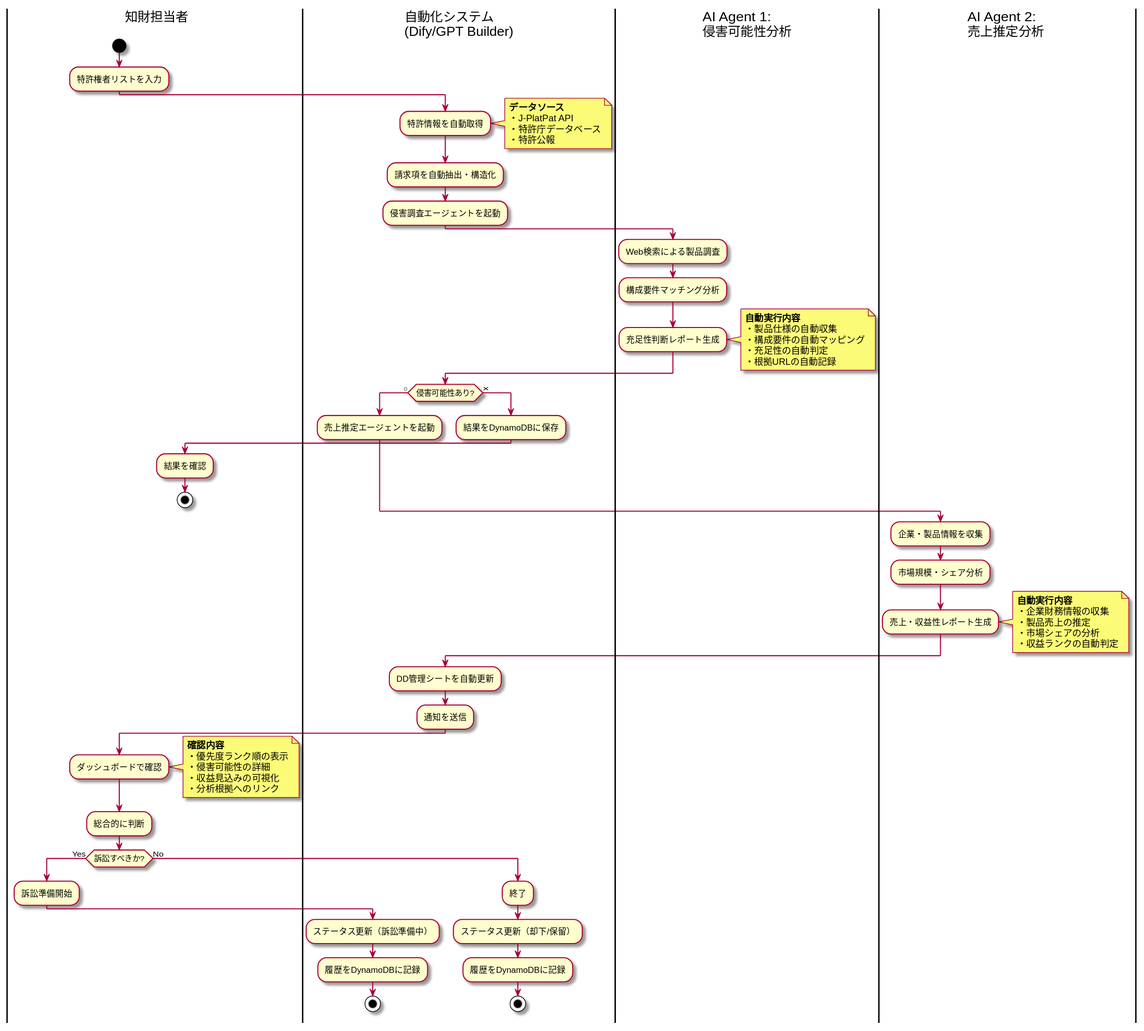
The PlantUML diagram docs-site/docs/diagrams/automated-workflow.svg in ryoryoai/ip-rich-poc-phase2, before a commit. Source of this version:
```plantuml
@startuml
skinparam backgroundColor #FFFFFF
skinparam swimlaneWidth 320

|知財担当者|
start
:特許権者リストを入力;

|自動化システム\n(Dify/GPT Builder)|
:特許情報を自動取得;
note right
  **データソース**
  ・J-PlatPat API
  ・特許庁データベース
  ・特許公報
end note

:請求項を自動抽出・構造化;
:侵害調査エージェントを起動;

|AI Agent 1:\n侵害可能性分析|
:Web検索による製品調査;
:構成要件マッチング分析;
:充足性判断レポート生成;
note right
  **自動実行内容**
  ・製品仕様の自動収集
  ・構成要件の自動マッピング
  ・充足性の自動判定
  ・根拠URLの自動記録
end note

|自動化システム\n(Dify/GPT Builder)|
if (侵害可能性あり?) then (○)
  :売上推定エージェントを起動;
else (×)
  :結果をDynamoDBに保存;
  |知財担当者|
  :結果を確認;
  stop
endif

|AI Agent 2:\n売上推定分析|
:企業・製品情報を収集;
:市場規模・シェア分析;
:売上・収益性レポート生成;
note right
  **自動実行内容**
  ・企業財務情報の収集
  ・製品売上の推定
  ・市場シェアの分析
  ・収益ランクの自動判定
end note

|自動化システム\n(Dify/GPT Builder)|
:DD管理シートを自動更新;
:通知を送信;

|知財担当者|
:ダッシュボードで確認;
note right
  **確認内容**
  ・優先度ランク順の表示
  ・侵害可能性の詳細
  ・収益見込みの可視化
  ・分析根拠へのリンク
end note

:総合的に判断;

if (訴訟すべきか?) then (Yes)
  :訴訟準備開始;
  |自動化システム\n(Dify/GPT Builder)|
  :ステータス更新（訴訟準備中）;
  :履歴をDynamoDBに記録;
  stop
else (No)
  :終了;
  |自動化システム\n(Dify/GPT Builder)|
  :ステータス更新（却下/保留）;
  :履歴をDynamoDBに記録;
  stop
endif

@enduml
```
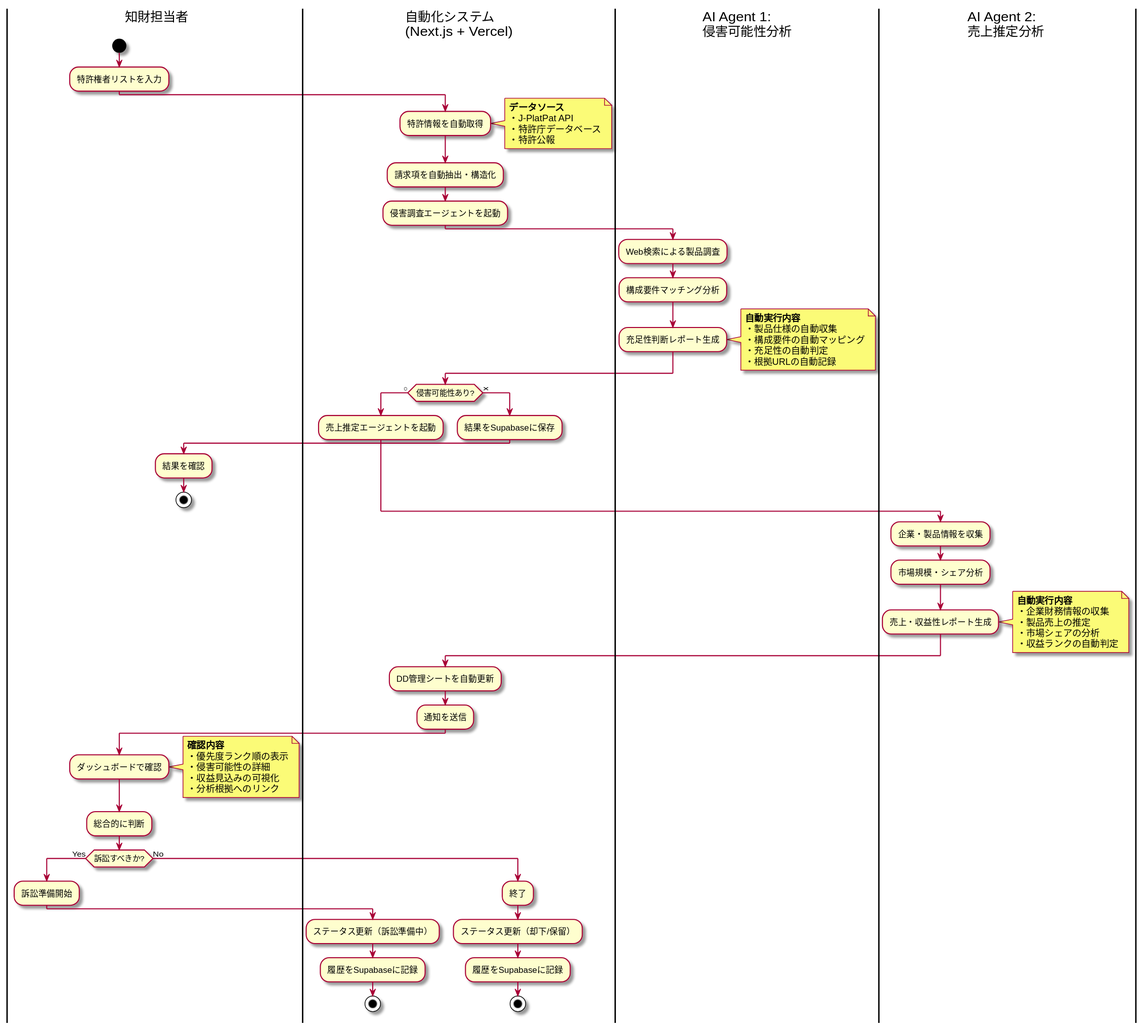
After the change.

Change to the diagram source:
```diff
@@ -6,7 +6,7 @@
 start
 :特許権者リストを入力;
 
-|自動化システム\n(Dify/GPT Builder)|
+|自動化システム\n(Next.js + Vercel)|
 :特許情報を自動取得;
 note right
   **データソース**
@@ -30,11 +30,11 @@
   ・根拠URLの自動記録
 end note
 
-|自動化システム\n(Dify/GPT Builder)|
+|自動化システム\n(Next.js + Vercel)|
 if (侵害可能性あり?) then (○)
   :売上推定エージェントを起動;
 else (×)
-  :結果をDynamoDBに保存;
+  :結果をSupabaseに保存;
   |知財担当者|
   :結果を確認;
   stop
@@ -52,7 +52,7 @@
   ・収益ランクの自動判定
 end note
 
-|自動化システム\n(Dify/GPT Builder)|
+|自動化システム\n(Next.js + Vercel)|
 :DD管理シートを自動更新;
 :通知を送信;
 
@@ -70,15 +70,15 @@
 
 if (訴訟すべきか?) then (Yes)
   :訴訟準備開始;
-  |自動化システム\n(Dify/GPT Builder)|
+  |自動化システム\n(Next.js + Vercel)|
   :ステータス更新（訴訟準備中）;
-  :履歴をDynamoDBに記録;
+  :履歴をSupabaseに記録;
   stop
 else (No)
   :終了;
-  |自動化システム\n(Dify/GPT Builder)|
+  |自動化システム\n(Next.js + Vercel)|
   :ステータス更新（却下/保留）;
-  :履歴をDynamoDBに記録;
+  :履歴をSupabaseに記録;
   stop
 endif
 
```
